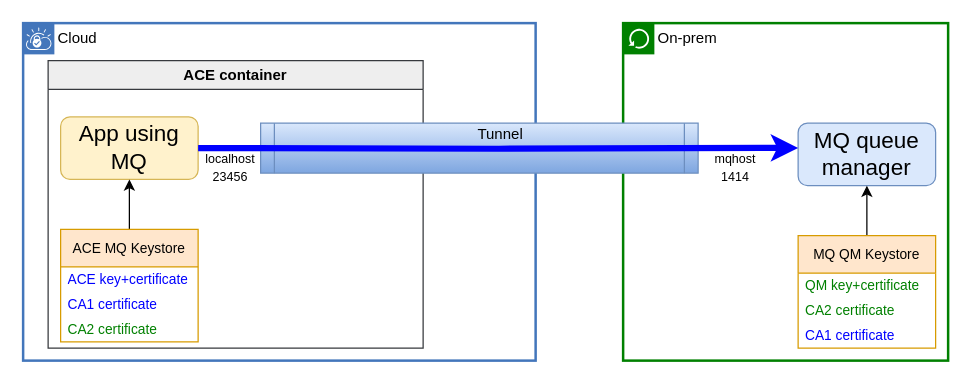
Before: pictures/ace-mq.drawio in trevor-dolby-at-ibm-com/ace-mq-tls-examples, a draw.io diagram. Source tidied: cells renumbered, new cells numbered last; positions are measured from the earlier drawing's top-left corner, leaving out a move shared by most shapes. Both pictures are drawn from the tidied source at 125%, with x=0, y=0 at pixel (22, 22).
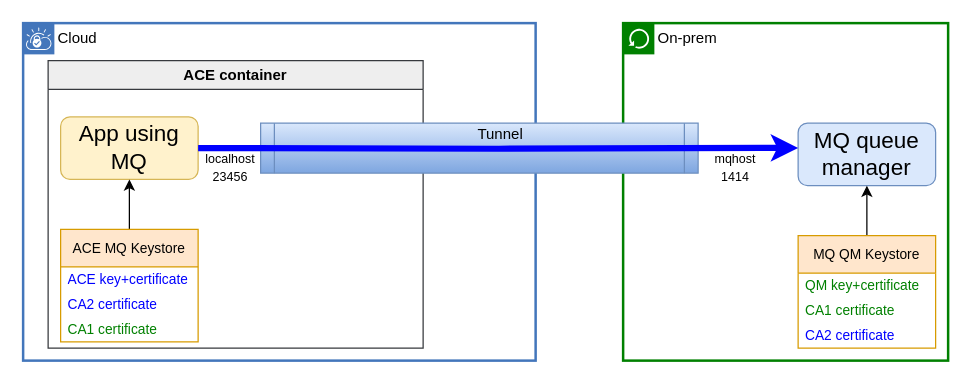
After the change.

Unchanged cells that the change refers to:
```xml
<mxCell id="6" value="&lt;font style=&quot;color: light-dark(rgb(0, 0, 0), rgb(0, 0, 0));&quot;&gt;ACE MQ Keystore&lt;/font&gt;" style="swimlane;fontStyle=0;horizontal=1;startSize=30;whiteSpace=wrap;html=1;fontSize=11;fillColor=#ffe6cc;strokeColor=#d79b00;" parent="3" vertex="1">
  <mxGeometry x="10" y="135" width="110" height="90" as="geometry" />
</mxCell>
<mxCell id="14" value="&lt;font style=&quot;color: light-dark(rgb(0, 0, 0), rgb(0, 0, 0));&quot;&gt;MQ QM Keystore&lt;/font&gt;" style="swimlane;fontStyle=0;horizontal=1;startSize=30;whiteSpace=wrap;html=1;fontSize=11;fillColor=#ffe6cc;strokeColor=#d79b00;" parent="11" vertex="1">
  <mxGeometry x="140" y="170" width="110" height="90" as="geometry" />
</mxCell>
```

Change to the diagram source:
```diff
@@
-    <mxCell id="8" value="&lt;font style=&quot;color: light-dark(rgb(0, 0, 255), rgb(56, 188, 255));&quot;&gt;CA1 certificate&lt;span style=&quot;white-space: pre;&quot;&gt;&#9;&lt;/span&gt;&lt;/font&gt;" style="text;align=left;verticalAlign=middle;spacingLeft=4;spacingRight=4;overflow=hidden;whiteSpace=wrap;html=1;fontSize=11;" parent="6" vertex="1">
+    <mxCell id="8" value="&lt;font style=&quot;color: light-dark(rgb(0, 0, 255), rgb(56, 188, 255));&quot;&gt;CA2 certificate&lt;span style=&quot;white-space: pre;&quot;&gt;&#9;&lt;/span&gt;&lt;/font&gt;" style="text;align=left;verticalAlign=middle;spacingLeft=4;spacingRight=4;overflow=hidden;whiteSpace=wrap;html=1;fontSize=11;" parent="6" vertex="1">
       <mxGeometry y="50" width="110" height="20" as="geometry" />
     </mxCell>
-    <mxCell id="9" value="&lt;font style=&quot;color: light-dark(rgb(0, 128, 0), rgb(110, 255, 110));&quot;&gt;CA2 certificate&lt;/font&gt;" style="text;align=left;verticalAlign=middle;spacingLeft=4;spacingRight=4;overflow=hidden;whiteSpace=wrap;html=1;fontSize=11;" parent="6" vertex="1">
+    <mxCell id="9" value="&lt;font style=&quot;color: light-dark(rgb(0, 128, 0), rgb(110, 255, 110));&quot;&gt;CA1 certificate&lt;/font&gt;" style="text;align=left;verticalAlign=middle;spacingLeft=4;spacingRight=4;overflow=hidden;whiteSpace=wrap;html=1;fontSize=11;" parent="6" vertex="1">
       <mxGeometry y="70" width="110" height="20" as="geometry" />
     </mxCell>
@@
-    <mxCell id="16" value="&lt;font style=&quot;color: light-dark(rgb(0, 128, 0), rgb(110, 255, 110));&quot;&gt;CA2 certificate&lt;span style=&quot;white-space: pre;&quot;&gt;&#9;&lt;/span&gt;&lt;/font&gt;" style="text;align=left;verticalAlign=middle;spacingLeft=4;spacingRight=4;overflow=hidden;whiteSpace=wrap;html=1;fontSize=11;" parent="14" vertex="1">
+    <mxCell id="16" value="&lt;font style=&quot;color: light-dark(rgb(0, 128, 0), rgb(110, 255, 110));&quot;&gt;CA1 certificate&lt;span style=&quot;white-space: pre;&quot;&gt;&#9;&lt;/span&gt;&lt;/font&gt;" style="text;align=left;verticalAlign=middle;spacingLeft=4;spacingRight=4;overflow=hidden;whiteSpace=wrap;html=1;fontSize=11;" parent="14" vertex="1">
       <mxGeometry y="50" width="110" height="20" as="geometry" />
     </mxCell>
-    <mxCell id="17" value="&lt;font style=&quot;color: light-dark(rgb(0, 0, 255), rgb(56, 188, 255));&quot;&gt;CA1 certificate&lt;/font&gt;" style="text;align=left;verticalAlign=middle;spacingLeft=4;spacingRight=4;overflow=hidden;whiteSpace=wrap;html=1;fontSize=11;" parent="14" vertex="1">
+    <mxCell id="17" value="&lt;font style=&quot;color: light-dark(rgb(0, 0, 255), rgb(56, 188, 255));&quot;&gt;CA2 certificate&lt;/font&gt;" style="text;align=left;verticalAlign=middle;spacingLeft=4;spacingRight=4;overflow=hidden;whiteSpace=wrap;html=1;fontSize=11;" parent="14" vertex="1">
       <mxGeometry y="70" width="110" height="20" as="geometry" />
     </mxCell>
```
